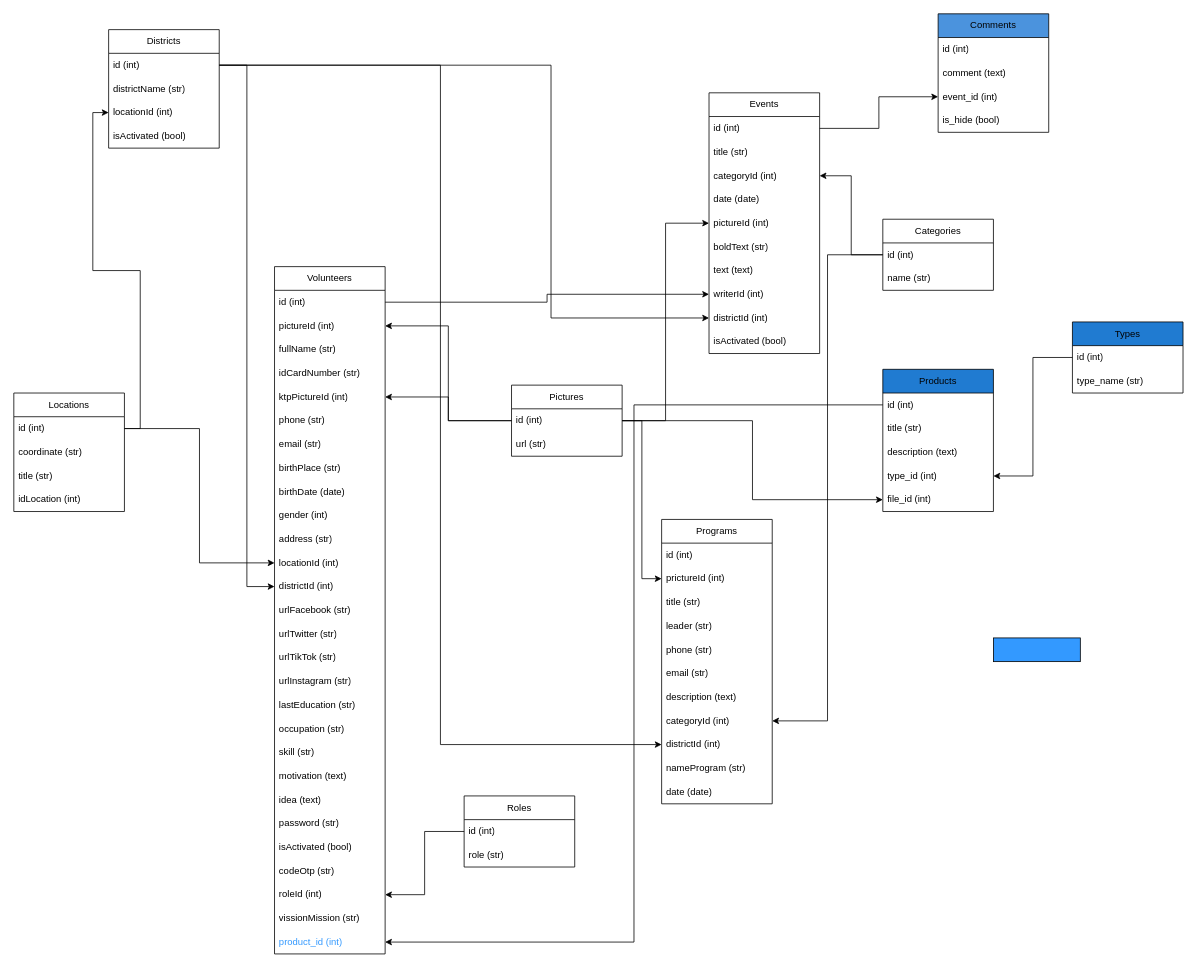
Before: TurunTangan Diagram.drawio in rvldodo/flowchart, a draw.io diagram. Source tidied: cells renumbered, new cells numbered last; positions are measured from the earlier drawing's top-left corner, leaving out a move shared by most shapes. Both pictures are drawn from the tidied source at 79%, with x=0, y=0 at pixel (13, 13).
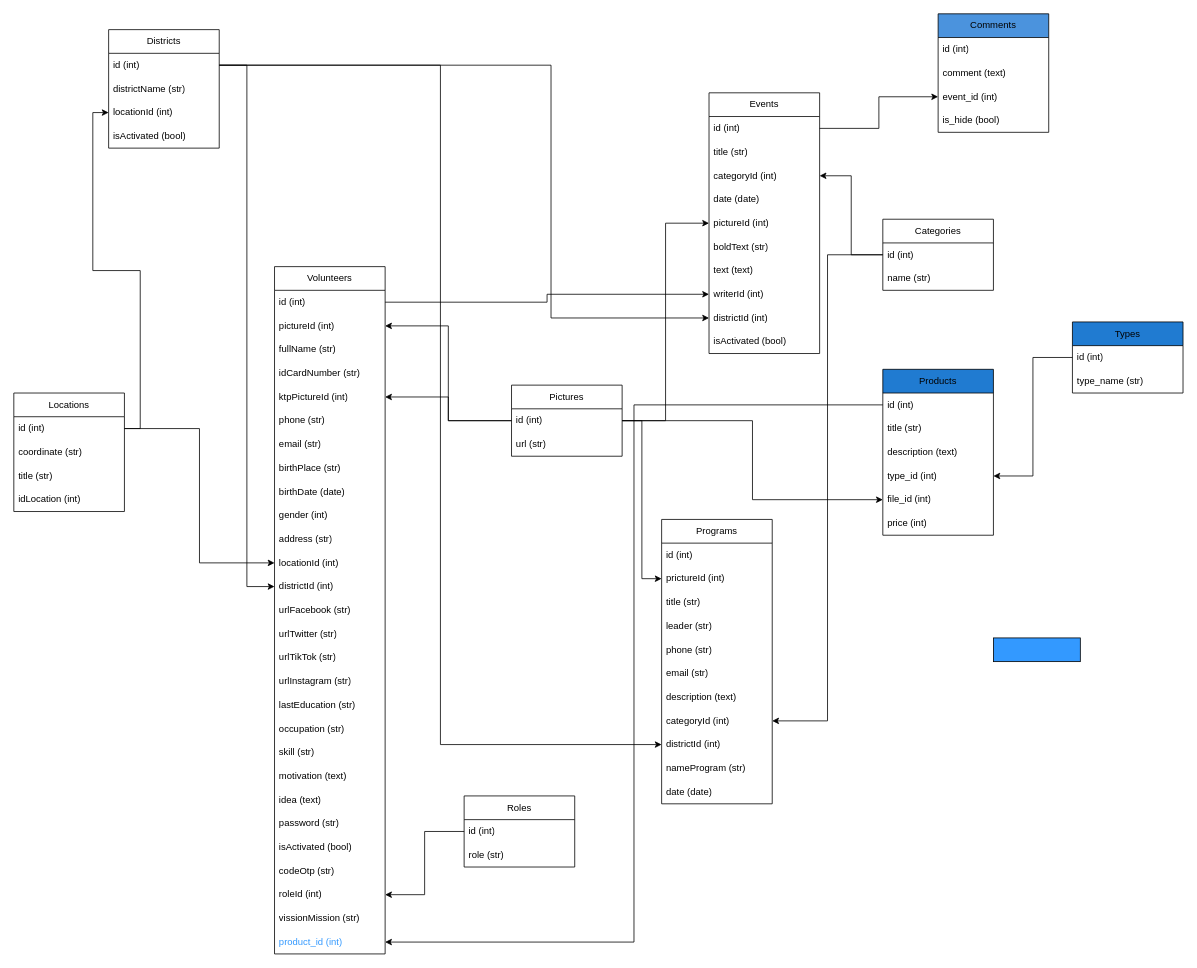
The same page after the edit.

The edit, as a diff of the source:
```diff
@@
     <mxCell id="86" value="Products" style="swimlane;fontStyle=0;horizontal=1;startSize=30;whiteSpace=wrap;html=1;fillColor=#207bd1;" parent="1" vertex="1">
-      <mxGeometry x="1100" y="450" width="140" height="180" as="geometry" />
+      <mxGeometry x="1100" y="450" width="140" height="210" as="geometry" />
     </mxCell>
@@
+    <mxCell id="105" value="price (int)" style="text;strokeColor=none;fillColor=none;align=left;verticalAlign=middle;spacingLeft=4;spacingRight=4;overflow=hidden;whiteSpace=wrap;html=1;" parent="86" vertex="1">
+      <mxGeometry y="180" width="140" height="30" as="geometry" />
+    </mxCell>
```
